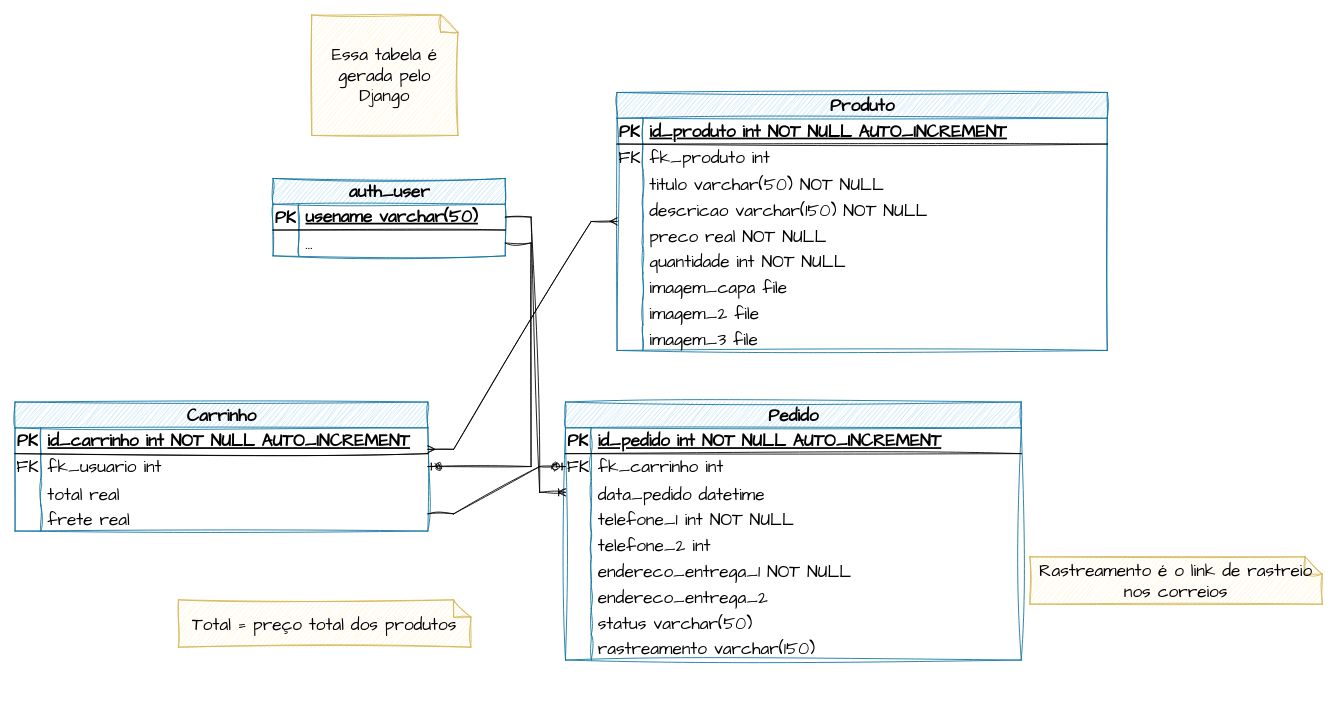
rafaelngoncalves5/classewatches keeps this draw.io diagram as docs/DER.drawio. Above is the earlier version. Source tidied: cells renumbered, new cells numbered last; positions are measured from the earlier drawing's top-left corner, leaving out a move shared by most shapes. Both pictures are drawn from the tidied source at 86%, with x=0, y=0 at pixel (15, 15).
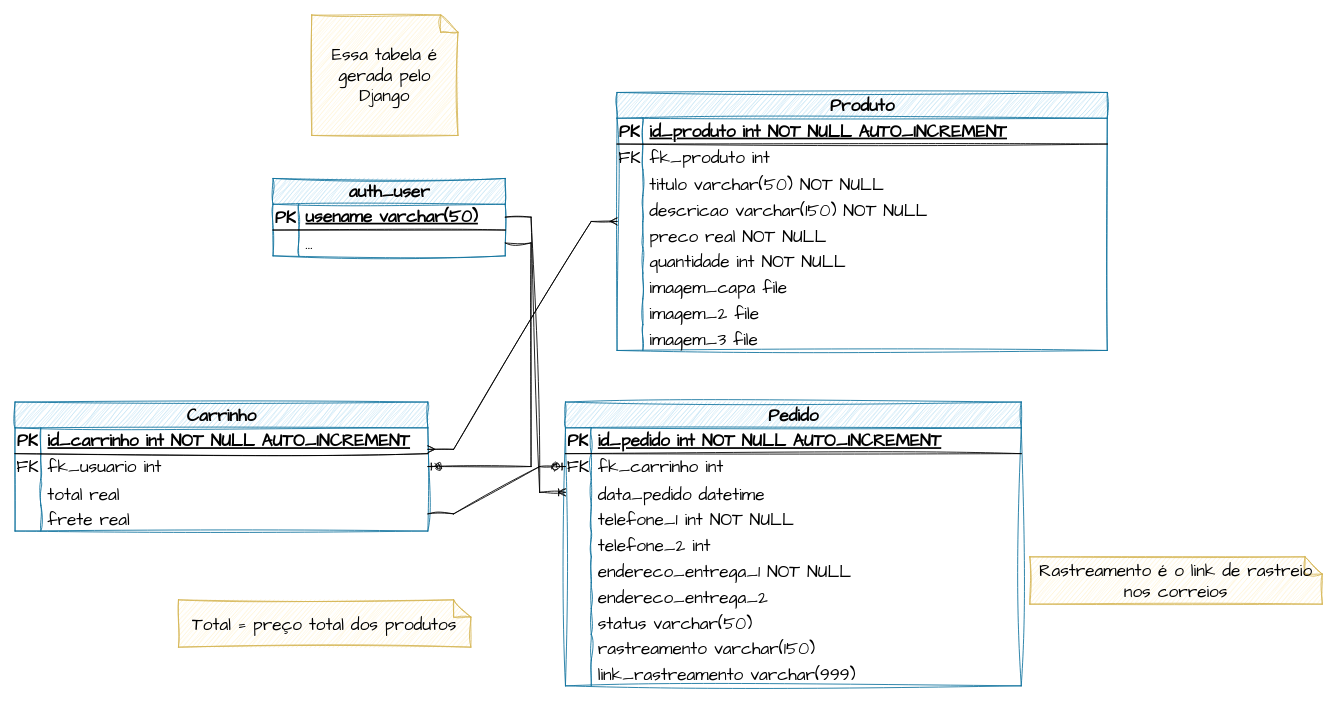
Above is the later version.

The edit, as a diff of the source:
```diff
@@
     <mxCell id="37" value="Pedido" style="shape=table;startSize=30;childLayout=tableLayout;rowLines=0;fontStyle=1;align=center;html=1;sketch=1;hachureGap=4;jiggle=2;curveFitting=1;fontFamily=Architects Daughter;fontSize=20;fillColor=#b1ddf0;strokeColor=#10739e;" parent="1" vertex="1">
-      <mxGeometry x="640" y="450" width="530" height="300" as="geometry" />
+      <mxGeometry x="640" y="450" width="530" height="330" as="geometry" />
     </mxCell>
@@
+    <mxCell id="87" style="shape=tableRow;horizontal=0;startSize=0;swimlaneHead=0;swimlaneBody=0;fillColor=none;top=0;left=0;right=0;bottom=0;sketch=1;hachureGap=4;jiggle=2;curveFitting=1;fontFamily=Architects Daughter;fontSize=20;" parent="37" vertex="1">
+      <mxGeometry y="300" width="530" height="30" as="geometry" />
+    </mxCell>
+    <mxCell id="88" style="shape=partialRectangle;fillColor=none;top=0;left=0;bottom=0;right=0;overflow=hidden;sketch=1;hachureGap=4;jiggle=2;curveFitting=1;fontFamily=Architects Daughter;fontSize=20;" parent="87" vertex="1">
+      <mxGeometry width="30" height="30" as="geometry" />
+    </mxCell>
+    <mxCell id="89" value="link_rastreamento varchar(999)" style="shape=partialRectangle;fillColor=none;top=0;left=0;bottom=0;right=0;align=left;spacingLeft=6;overflow=hidden;sketch=1;hachureGap=4;jiggle=2;curveFitting=1;fontFamily=Architects Daughter;fontSize=20;" parent="87" vertex="1">
+      <mxGeometry x="30" width="500" height="30" as="geometry" />
+    </mxCell>
```
